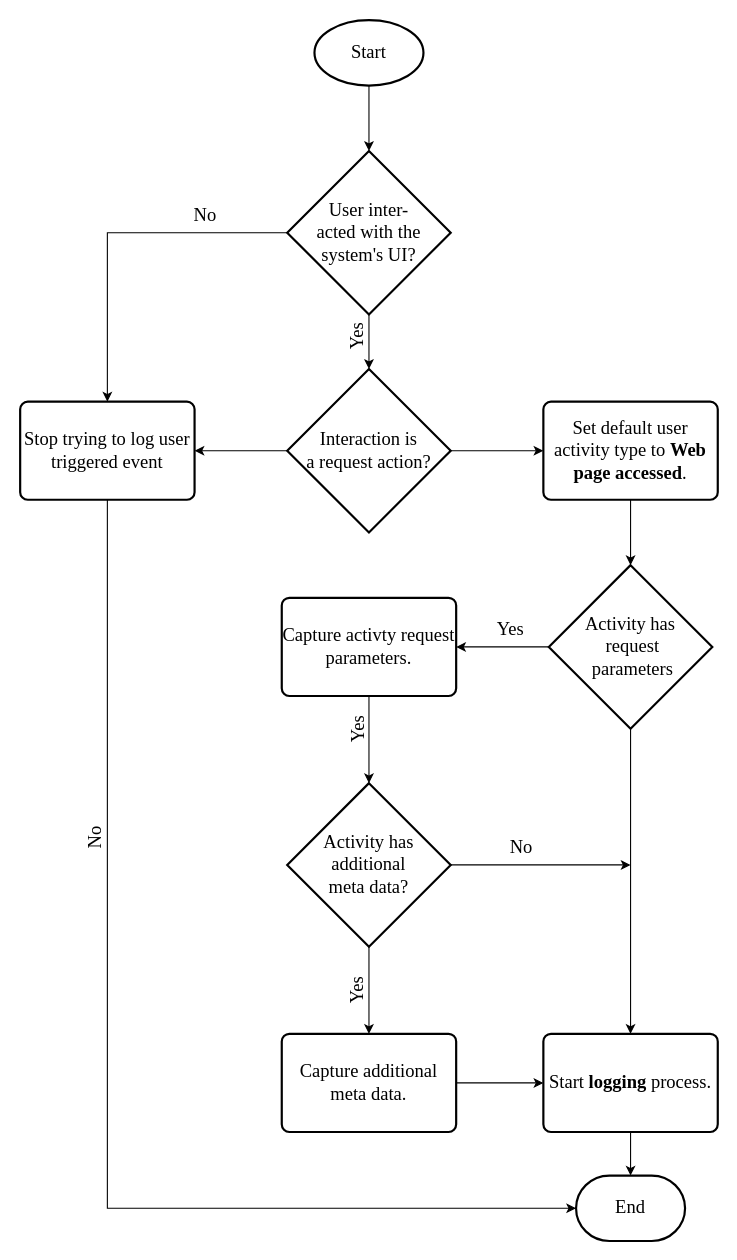
This is img/Chapter2/client_functional_requirement_flow_diagram/client_functional_requirement_flow_diagram.drawio from CorrieScheepers/Masters, a draw.io file, before an edit. Source tidied: cells renumbered, new cells numbered last; positions are measured from the earlier drawing's top-left corner, leaving out a move shared by most shapes. Both pictures are drawn from the tidied source at 109%, with x=0, y=0 at pixel (20, 20).
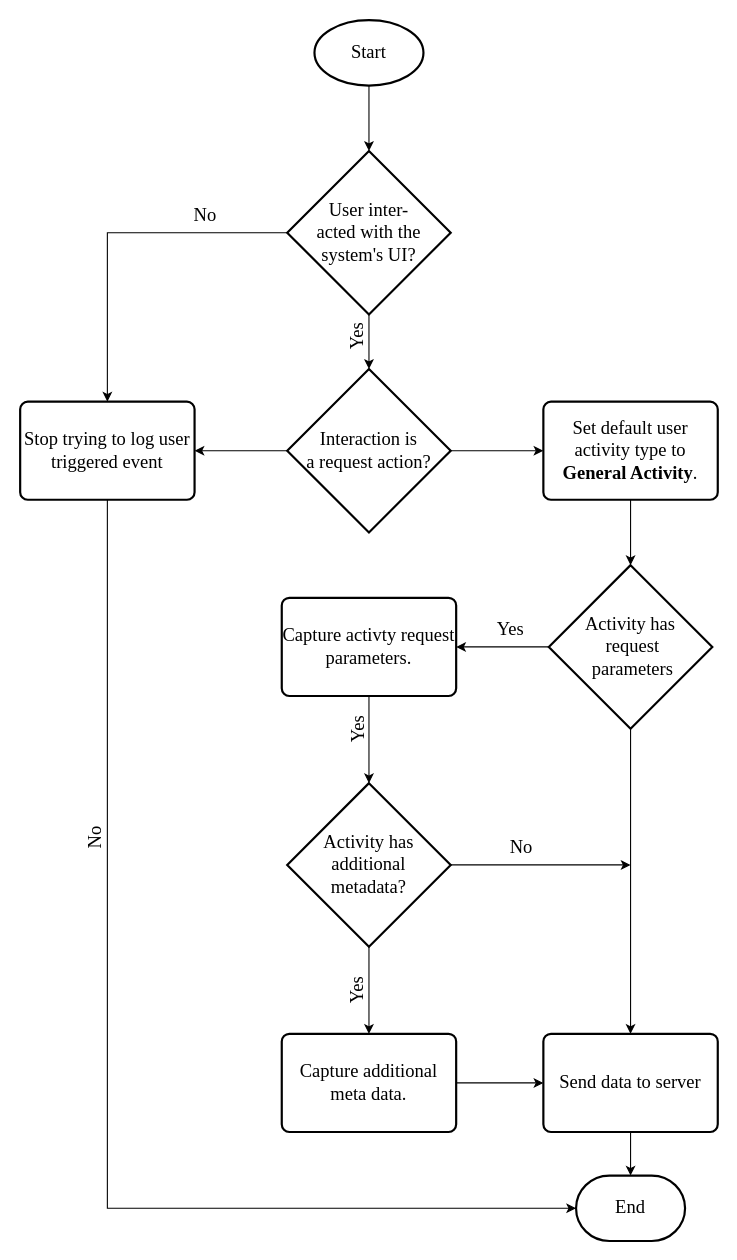
The same page after the edit.

Change to the diagram source:
```diff
@@
-    <mxCell id="13" value="Set default user activity type to &lt;b style=&quot;font-size: 17px&quot;&gt;Web page accessed&lt;/b&gt;." style="rounded=1;whiteSpace=wrap;html=1;absoluteArcSize=1;arcSize=14;strokeWidth=2;fontFamily=Times New Roman;fillColor=none;fontSize=17;" parent="1" vertex="1">
+    <mxCell id="13" value="Set default user activity type to &lt;b&gt;General Activity&lt;/b&gt;." style="rounded=1;whiteSpace=wrap;html=1;absoluteArcSize=1;arcSize=14;strokeWidth=2;fontFamily=Times New Roman;fillColor=none;fontSize=17;" parent="1" vertex="1">
       <mxGeometry x="480" y="350" width="160" height="90" as="geometry" />
     </mxCell>
@@
-    <mxCell id="16" value="Activity has additional &lt;br&gt;meta data?" style="strokeWidth=2;html=1;shape=mxgraph.flowchart.decision;whiteSpace=wrap;fontFamily=Times New Roman;fillColor=none;fontSize=17;" parent="1" vertex="1">
+    <mxCell id="16" value="Activity has additional &lt;br&gt;metadata?" style="strokeWidth=2;html=1;shape=mxgraph.flowchart.decision;whiteSpace=wrap;fontFamily=Times New Roman;fillColor=none;fontSize=17;" parent="1" vertex="1">
       <mxGeometry x="245" y="700" width="150" height="150" as="geometry" />
     </mxCell>
@@
-    <mxCell id="28" value="Start &lt;b&gt;logging&amp;nbsp;&lt;/b&gt;process." style="rounded=1;whiteSpace=wrap;html=1;absoluteArcSize=1;arcSize=14;strokeWidth=2;fontFamily=Times New Roman;fillColor=none;fontSize=17;" parent="1" vertex="1">
+    <mxCell id="28" value="Send data to server" style="rounded=1;whiteSpace=wrap;html=1;absoluteArcSize=1;arcSize=14;strokeWidth=2;fontFamily=Times New Roman;fillColor=none;fontSize=17;" parent="1" vertex="1">
       <mxGeometry x="480" y="930" width="160" height="90" as="geometry" />
     </mxCell>
```
